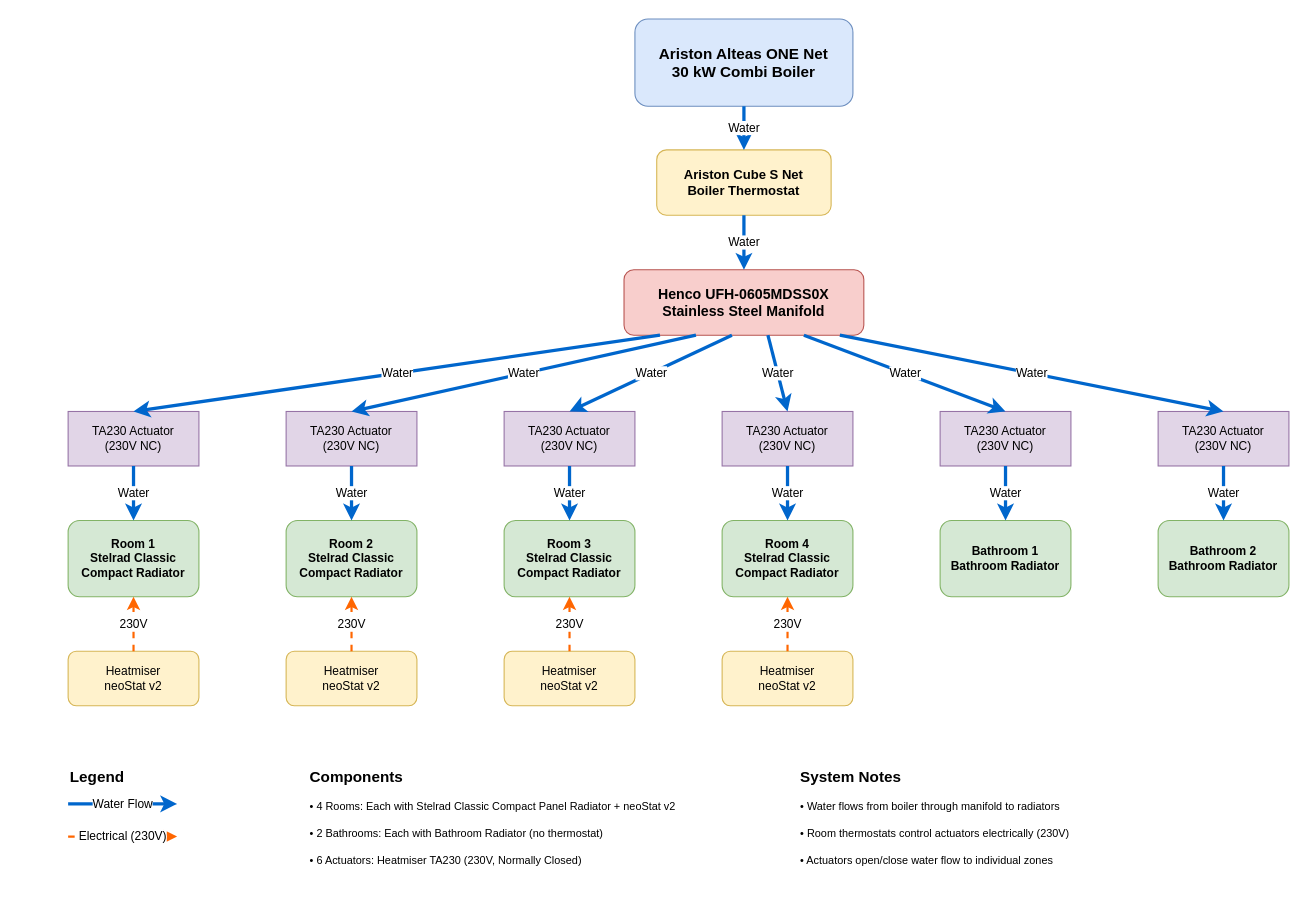
The draw.io diagram heating-system.drawio in geoakaki/h-mon, before the edit. Source tidied: cells renumbered, new cells numbered last; positions are measured from the earlier drawing's top-left corner, leaving out a move shared by most shapes. Both pictures are drawn from the tidied source at 109%, with x=0, y=0 at pixel (68, 19).
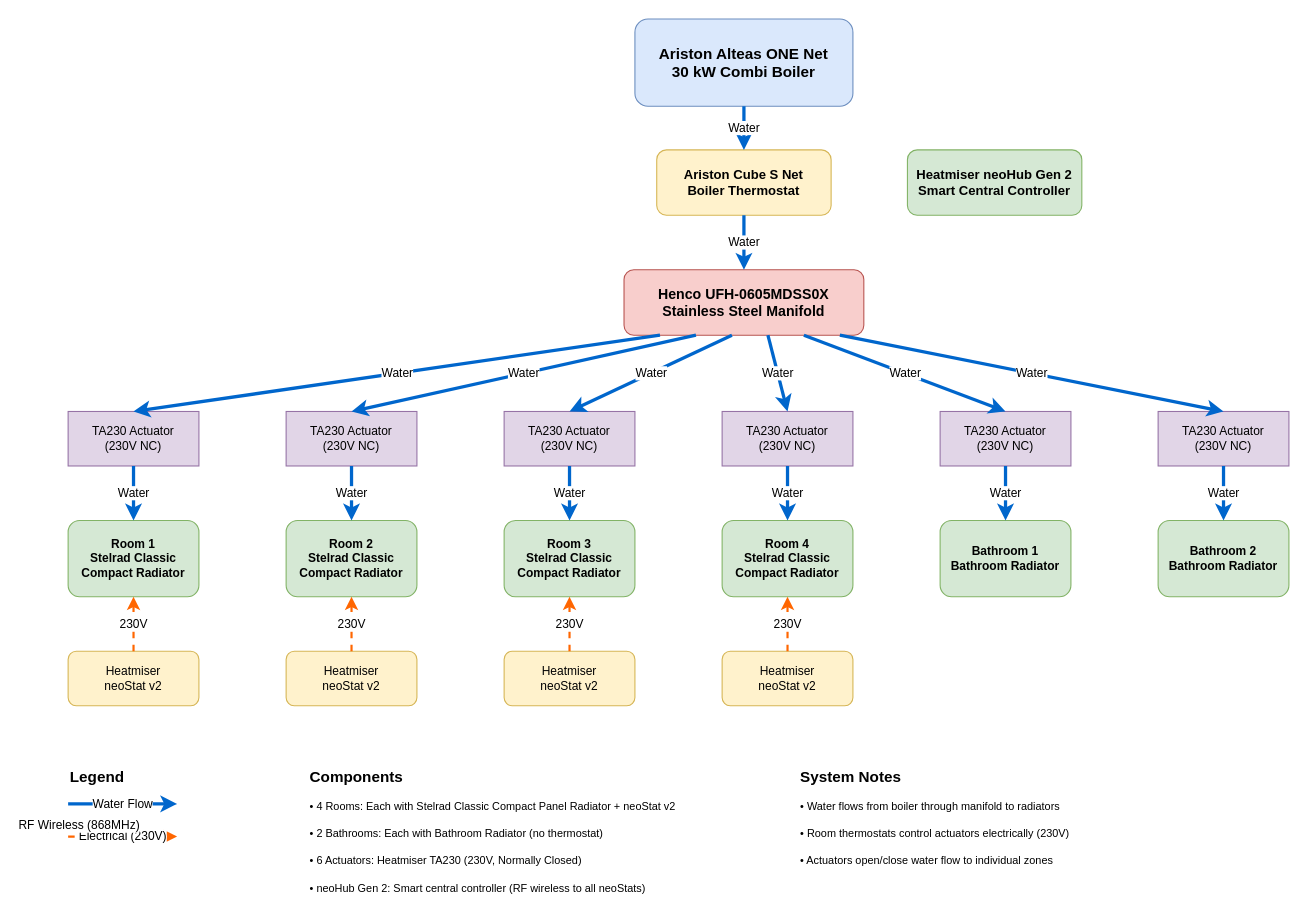
After the change.

Commit message (it also covers changes not shown here):
Add Heatmiser neoHub Gen 2 to system diagrams

Change to the diagram source:
```diff
@@
+    <mxCell id="50" value="Heatmiser neoHub Gen 2&#10;Smart Central Controller" style="rounded=1;whiteSpace=wrap;html=1;fillColor=#d5e8d4;strokeColor=#82b366;fontSize=12;fontStyle=1;" parent="1" vertex="1">
+      <mxGeometry x="770" y="120" width="160" height="60" as="geometry" />
+    </mxCell>
@@
+    <mxCell id="51" value="RF Wireless (868MHz)" style="endArrow=classic;startArrow=classic;html=1;strokeWidth=2;strokeColor=#82b366;dashed=1;dashPattern=8 8;" parent="1" edge="1">
+      <mxGeometry relative="1" as="geometry">
+        <mxPoint x="-30" y="740" as="sourcePoint" />
+        <mxPoint x="50" y="740" as="targetPoint" />
+      </mxGeometry>
+    </mxCell>
@@
+    <mxCell id="52" value="• neoHub Gen 2: Smart central controller (RF wireless to all neoStats)" style="text;html=1;strokeColor=none;fillColor=none;align=left;verticalAlign=top;whiteSpace=wrap;rounded=0;fontSize=10;" parent="1" vertex="1">
+      <mxGeometry x="220" y="785" width="400" height="20" as="geometry" />
+    </mxCell>
```
